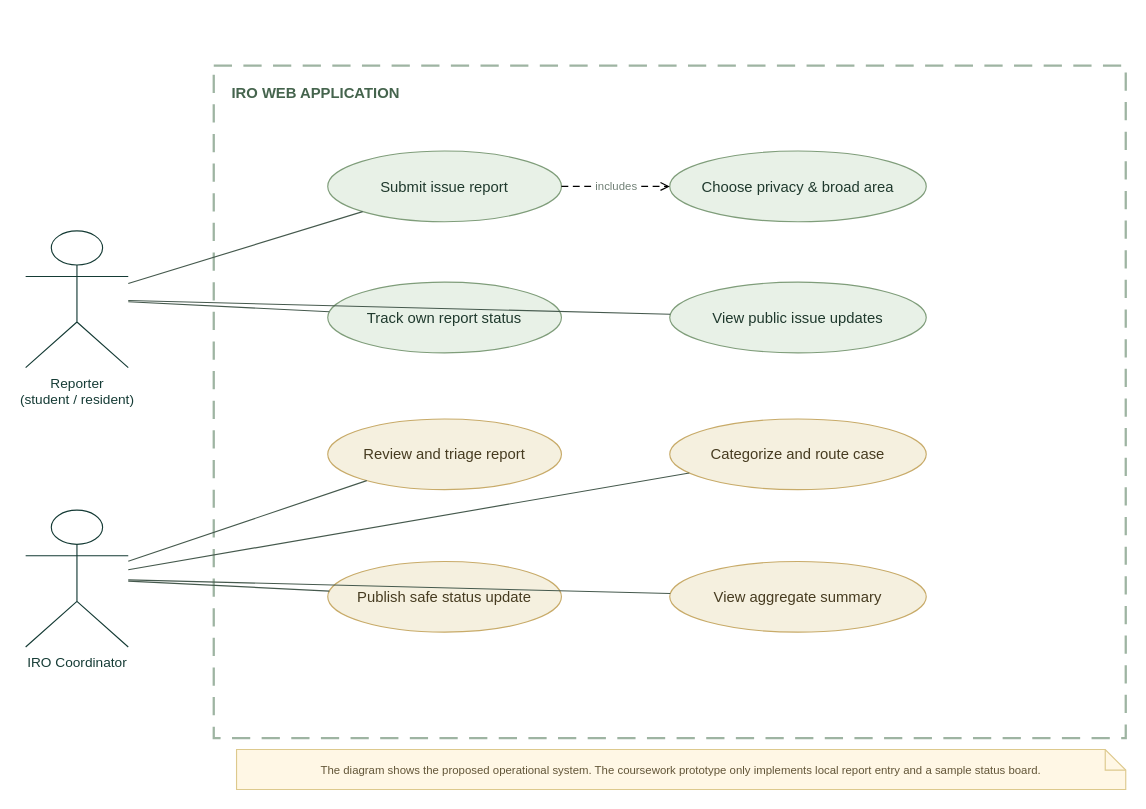
Before: diagrams/UseCase-Reporting.drawio in scienceshephard/CSC426-IRO-220404066, a draw.io diagram. Source tidied: cells renumbered, new cells numbered last; positions are measured from the earlier drawing's top-left corner, leaving out a move shared by most shapes. Both pictures are drawn from the tidied source at 114%, with x=0, y=0 at pixel (25, 65).
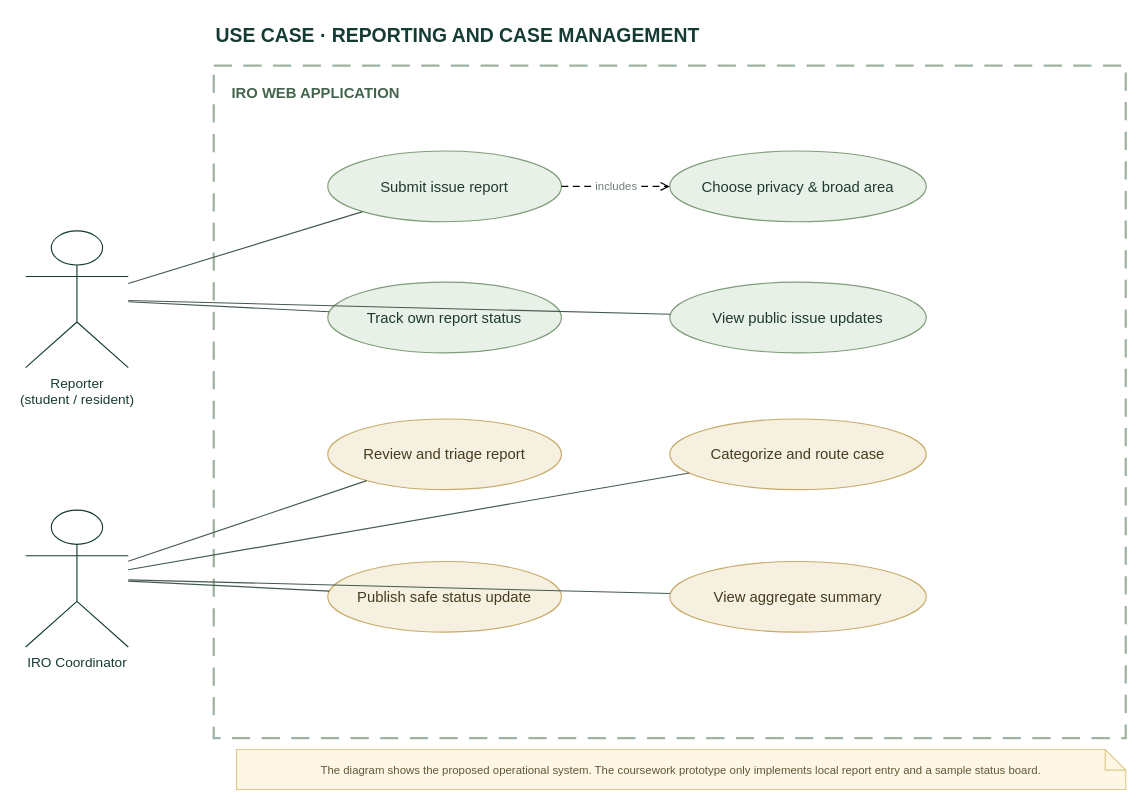
After the change.

Diff of the diagram source:
```diff
@@
+    <mxCell id="22" value="USE CASE · REPORTING AND CASE MANAGEMENT" style="text;html=1;strokeColor=none;fillColor=none;fontColor=#153b35;fontStyle=1;fontSize=17;align=left;verticalAlign=middle;" parent="1" vertex="1">
+      <mxGeometry x="165" y="-40" width="650" height="30" as="geometry" />
+    </mxCell>
```
